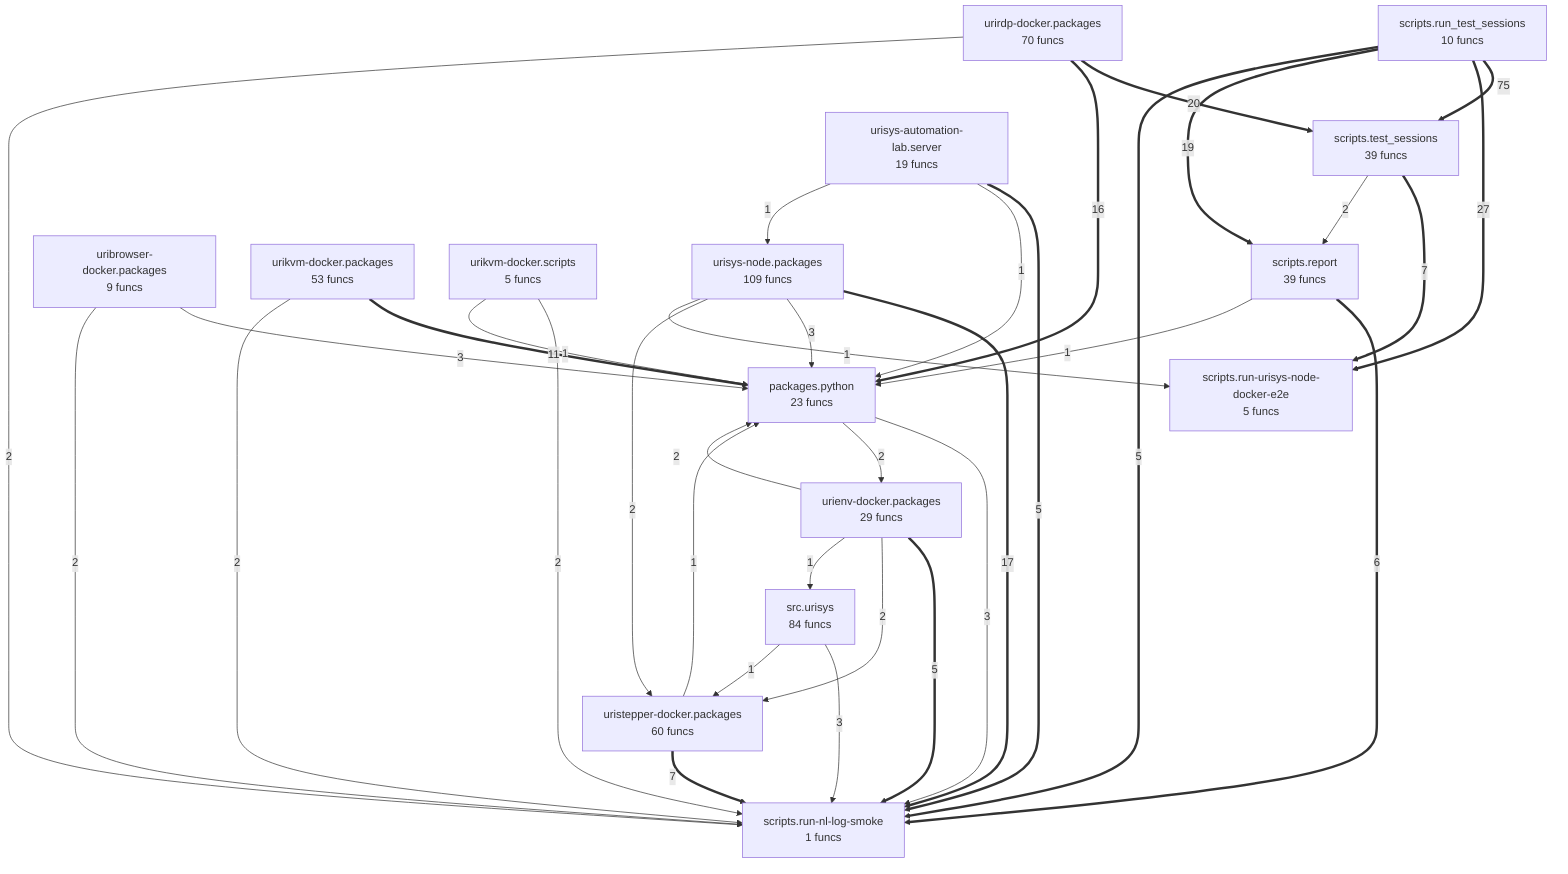
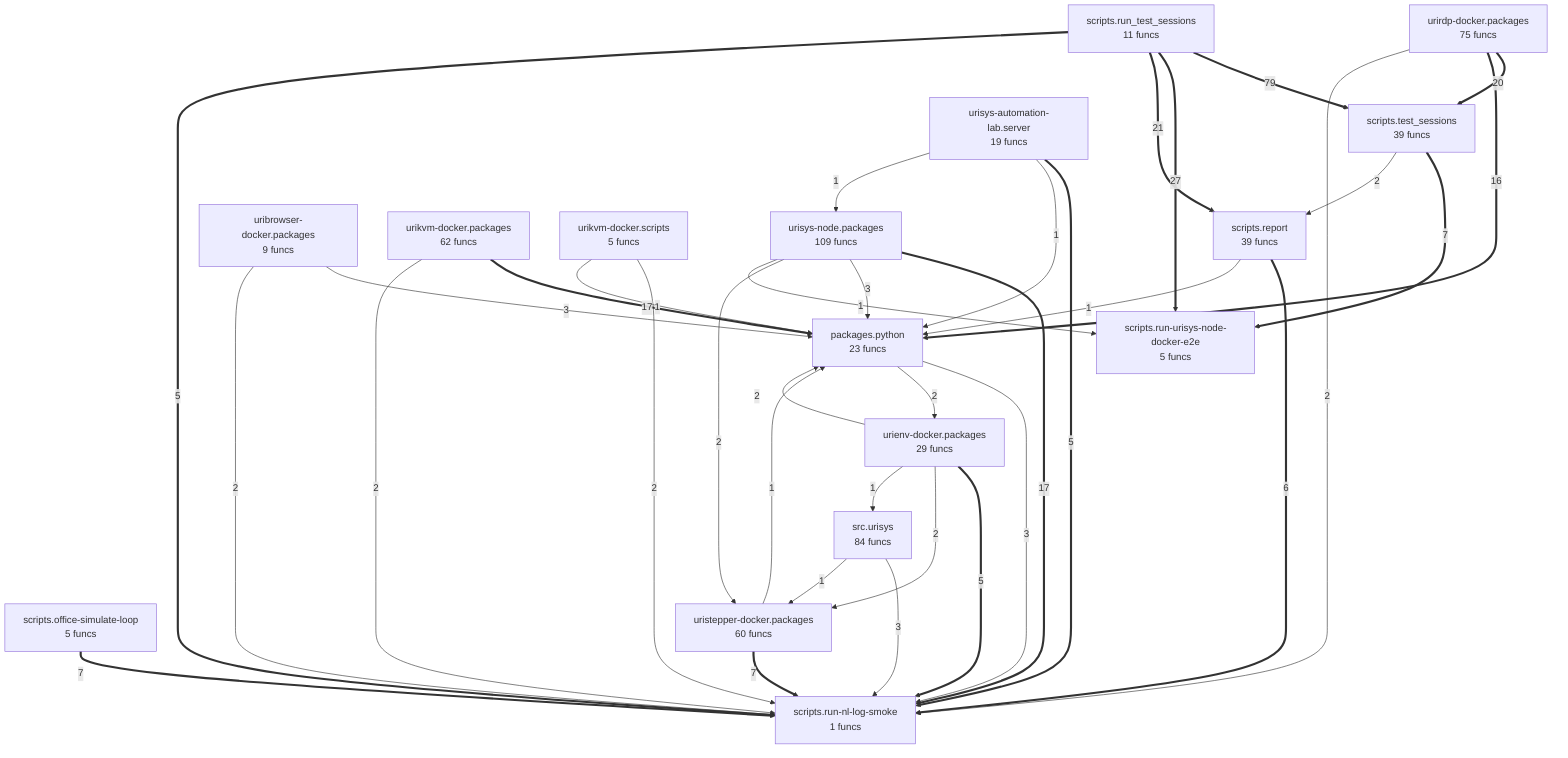
flowchart TD
%% generated in 0.02s
    packages__python["packages.python<br/>23 funcs"]
+     scripts__office_simulate_loop["scripts.office-simulate-loop<br/>5 funcs"]
    scripts__report["scripts.report<br/>39 funcs"]
    scripts__run_nl_log_smoke["scripts.run-nl-log-smoke<br/>1 funcs"]
    scripts__run_urisys_node_docker_e2e["scripts.run-urisys-node-docker-e2e<br/>5 funcs"]
-     scripts__run_test_sessions["scripts.run_test_sessions<br/>10 funcs"]
+     scripts__run_test_sessions["scripts.run_test_sessions<br/>11 funcs"]
    scripts__test_sessions["scripts.test_sessions<br/>39 funcs"]
    src__urisys["src.urisys<br/>84 funcs"]
    uribrowser_docker__packages["uribrowser-docker.packages<br/>9 funcs"]
    urienv_docker__packages["urienv-docker.packages<br/>29 funcs"]
-     urikvm_docker__packages["urikvm-docker.packages<br/>53 funcs"]
+     urikvm_docker__packages["urikvm-docker.packages<br/>62 funcs"]
    urikvm_docker__scripts["urikvm-docker.scripts<br/>5 funcs"]
-     urirdp_docker__packages["urirdp-docker.packages<br/>70 funcs"]
+     urirdp_docker__packages["urirdp-docker.packages<br/>75 funcs"]
    uristepper_docker__packages["uristepper-docker.packages<br/>60 funcs"]
    urisys_automation_lab__server["urisys-automation-lab.server<br/>19 funcs"]
    urisys_node__packages["urisys-node.packages<br/>109 funcs"]
-     scripts__run_test_sessions ==>|75| scripts__test_sessions
+     scripts__run_test_sessions ==>|79| scripts__test_sessions
    scripts__run_test_sessions ==>|27| scripts__run_urisys_node_docker_e2e
+     scripts__run_test_sessions ==>|21| scripts__report
    urirdp_docker__packages ==>|20| scripts__test_sessions
-     scripts__run_test_sessions ==>|19| scripts__report
+     urikvm_docker__packages ==>|17| packages__python
    urisys_node__packages ==>|17| scripts__run_nl_log_smoke
    urirdp_docker__packages ==>|16| packages__python
-     urikvm_docker__packages ==>|11| packages__python
    uristepper_docker__packages ==>|7| scripts__run_nl_log_smoke
    scripts__test_sessions ==>|7| scripts__run_urisys_node_docker_e2e
+     scripts__office_simulate_loop ==>|7| scripts__run_nl_log_smoke
    scripts__report ==>|6| scripts__run_nl_log_smoke
-     scripts__run_test_sessions ==>|5| scripts__run_nl_log_smoke
    urisys_automation_lab__server ==>|5| scripts__run_nl_log_smoke
    urienv_docker__packages ==>|5| scripts__run_nl_log_smoke
+     scripts__run_test_sessions ==>|5| scripts__run_nl_log_smoke
    packages__python -->|3| scripts__run_nl_log_smoke
    src__urisys -->|3| scripts__run_nl_log_smoke
    uribrowser_docker__packages -->|3| packages__python
    urisys_node__packages -->|3| packages__python
    packages__python -->|2| urienv_docker__packages
-     scripts__test_sessions -->|2| scripts__report
    urirdp_docker__packages -->|2| scripts__run_nl_log_smoke
    uribrowser_docker__packages -->|2| scripts__run_nl_log_smoke
    urikvm_docker__packages -->|2| scripts__run_nl_log_smoke
    urikvm_docker__scripts -->|2| scripts__run_nl_log_smoke
    urienv_docker__packages -->|2| uristepper_docker__packages
    urienv_docker__packages -->|2| packages__python
    urisys_node__packages -->|2| uristepper_docker__packages
+     scripts__test_sessions -->|2| scripts__report
+     src__urisys -->|1| uristepper_docker__packages
    uristepper_docker__packages -->|1| packages__python
    scripts__report -->|1| packages__python
    urikvm_docker__scripts -->|1| packages__python
    urisys_automation_lab__server -->|1| packages__python
    urisys_automation_lab__server -->|1| urisys_node__packages
    urienv_docker__packages -->|1| src__urisys
    urisys_node__packages -->|1| scripts__run_urisys_node_docker_e2e
-     src__urisys -->|1| uristepper_docker__packages
